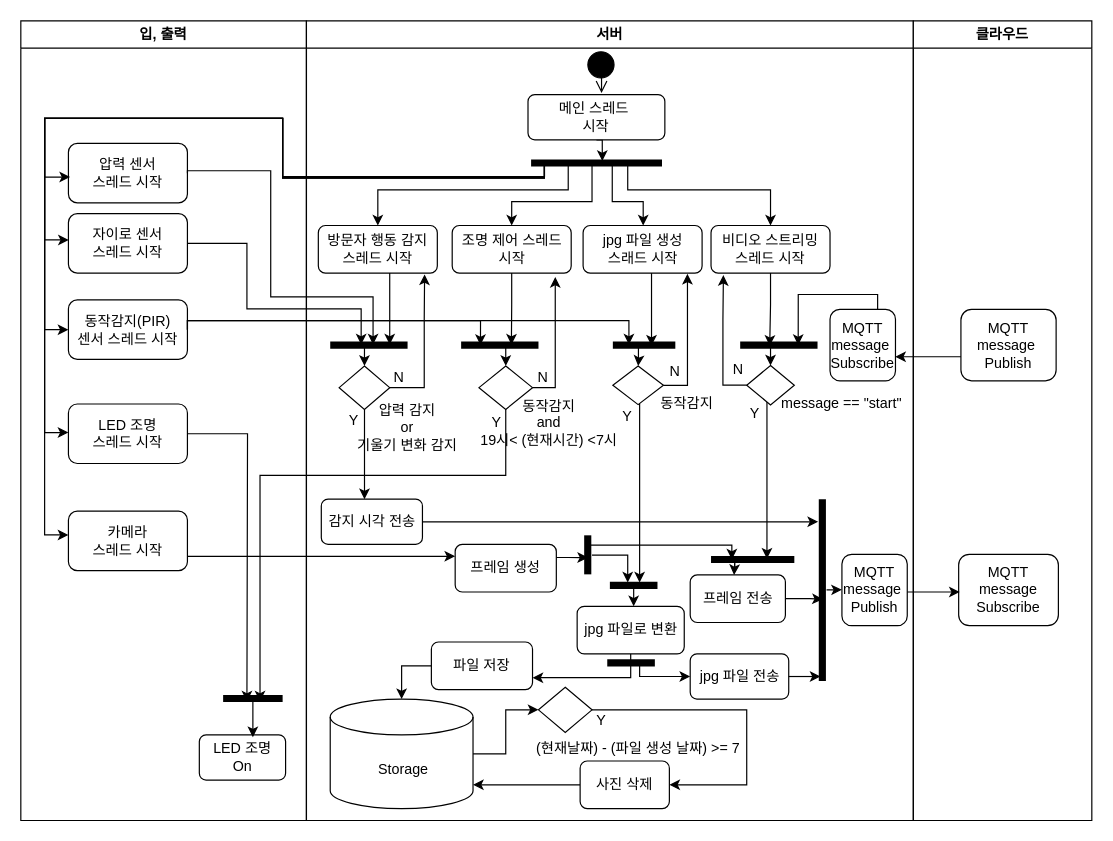
woorim1022/TIL keeps this draw.io diagram as IoT/Untitled Diagram.drawio. Above is the earlier version. Source tidied: cells renumbered, new cells numbered last; positions are measured from the earlier drawing's top-left corner, leaving out a move shared by most shapes. Both pictures are drawn from the tidied source at 119%, with x=0, y=0 at pixel (20, 20).
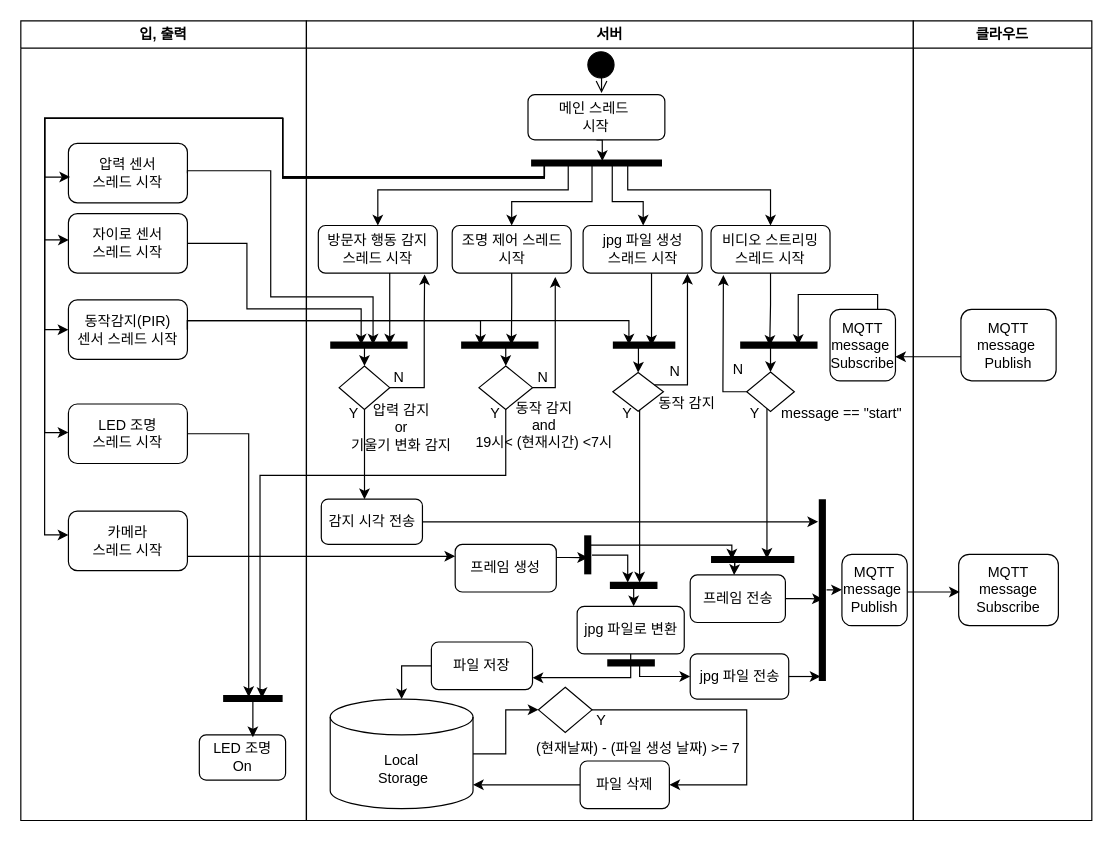
After the change.

Unchanged cells that the change refers to:
```xml
<mxCell id="6" value="&lt;span&gt;LED 조명&lt;br&gt;스레드 시작&lt;br&gt;&lt;/span&gt;" style="rounded=1;whiteSpace=wrap;html=1;startSize=23;" parent="2" vertex="1">
  <mxGeometry x="40" y="322" width="100" height="50" as="geometry" />
</mxCell>
<mxCell id="9" value="서버" style="swimlane;whiteSpace=wrap;startSize=23;" parent="1" vertex="1">
  <mxGeometry x="240" width="510" height="672" as="geometry" />
</mxCell>
<mxCell id="21" value="비디오 스트리밍&lt;br style=&quot;padding: 0px ; margin: 0px&quot;&gt;스레드 시작" style="rounded=1;whiteSpace=wrap;html=1;strokeColor=#000000;fillColor=#FFFFFF;" parent="9" vertex="1">
  <mxGeometry x="340" y="172" width="100" height="40" as="geometry" />
</mxCell>
<mxCell id="30" style="rhombus;fillColor=#FFFFFF;strokeColor=#000000;" parent="9" vertex="1">
  <mxGeometry x="145" y="290" width="45" height="36.5" as="geometry" />
</mxCell>
<mxCell id="94" style="shape=line;strokeWidth=6;strokeColor=#000000;rotation=0;fillColor=#FFFFFF;" parent="1" vertex="1">
  <mxGeometry x="170" y="562" width="50" height="15" as="geometry" />
</mxCell>
```

What changed in the source:
```diff
@@
     <mxCell id="27" style="rhombus;fillColor=#FFFFFF;strokeColor=#000000;" parent="9" vertex="1">
-      <mxGeometry x="257.5" y="290" width="42.5" height="32.5" as="geometry" />
+      <mxGeometry x="257.5" y="295.5" width="42.5" height="32.5" as="geometry" />
     </mxCell>
     <mxCell id="28" style="edgeStyle=orthogonalEdgeStyle;rounded=0;jettySize=auto;html=1;startSize=23;strokeColor=#000000;" parent="9" edge="1" source="48">
       <mxGeometry relative="1" as="geometry">
         <mxPoint x="387" y="452" as="targetPoint" />
         <Array as="points">
-          <mxPoint x="387" y="388" />
-          <mxPoint x="387" y="452" />
+          <mxPoint x="387" y="362" />
+          <mxPoint x="387" y="362" />
         </Array>
       </mxGeometry>
     </mxCell>
@@
-    <mxCell id="34" value="&amp;nbsp;Storage" style="shape=cylinder3;whiteSpace=wrap;html=1;boundedLbl=1;backgroundOutline=1;size=15;startSize=23;" parent="9" vertex="1">
+    <mxCell id="34" value="Local&lt;br&gt;&amp;nbsp;Storage" style="shape=cylinder3;whiteSpace=wrap;html=1;boundedLbl=1;backgroundOutline=1;size=15;startSize=23;" parent="9" vertex="1">
       <mxGeometry x="20" y="570" width="120" height="92" as="geometry" />
     </mxCell>
@@
-    <mxCell id="38" value="사진 삭제" style="rounded=1;whiteSpace=wrap;html=1;startSize=23;" parent="9" vertex="1">
+    <mxCell id="38" value="파일 삭제" style="rounded=1;whiteSpace=wrap;html=1;startSize=23;" parent="9" vertex="1">
       <mxGeometry x="230" y="622" width="75" height="40" as="geometry" />
     </mxCell>
@@
     <mxCell id="48" style="rhombus;fillColor=#FFFFFF;strokeColor=#000000;" parent="9" vertex="1">
-      <mxGeometry x="370" y="289.6" width="40" height="33.2" as="geometry" />
+      <mxGeometry x="370" y="295.1" width="40" height="33.2" as="geometry" />
     </mxCell>
     <mxCell id="49" value="&lt;span&gt;압력 감지&lt;/span&gt;&lt;br style=&quot;padding: 0px ; margin: 0px&quot;&gt;&lt;span&gt;or&lt;br&gt;기울기 변화 감지&lt;/span&gt;" style="text;html=1;strokeColor=none;fillColor=none;align=center;verticalAlign=middle;whiteSpace=wrap;rounded=0;shadow=0;" parent="9" vertex="1">
-      <mxGeometry x="35" y="332" width="100" height="20" as="geometry" />
+      <mxGeometry x="30" y="332" width="100" height="20" as="geometry" />
     </mxCell>
-    <mxCell id="50" value="&lt;span&gt;동작감지&lt;/span&gt;&lt;br style=&quot;padding: 0px ; margin: 0px&quot;&gt;&lt;span&gt;and&lt;/span&gt;&lt;br style=&quot;padding: 0px ; margin: 0px&quot;&gt;&lt;span&gt;19시&amp;lt; (현재시간) &amp;lt;7시&lt;/span&gt;" style="text;html=1;strokeColor=none;fillColor=none;align=center;verticalAlign=middle;whiteSpace=wrap;rounded=0;shadow=0;" parent="9" vertex="1">
-      <mxGeometry x="134.4" y="320" width="140" height="36" as="geometry" />
+    <mxCell id="50" value="&lt;span&gt;동작 감지&lt;/span&gt;&lt;br style=&quot;padding: 0px ; margin: 0px&quot;&gt;&lt;span&gt;and&lt;/span&gt;&lt;br style=&quot;padding: 0px ; margin: 0px&quot;&gt;&lt;span&gt;19시&amp;lt; (현재시간) &amp;lt;7시&lt;/span&gt;" style="text;html=1;strokeColor=none;fillColor=none;align=center;verticalAlign=middle;whiteSpace=wrap;rounded=0;shadow=0;" parent="9" vertex="1">
+      <mxGeometry x="130" y="320" width="140" height="40" as="geometry" />
     </mxCell>
     <mxCell id="51" value="&lt;span&gt;message == &quot;start&quot;&lt;/span&gt;" style="text;html=1;strokeColor=none;fillColor=none;align=center;verticalAlign=middle;whiteSpace=wrap;rounded=0;shadow=0;" parent="9" vertex="1">
-      <mxGeometry x="394.9" y="312" width="110" height="20" as="geometry" />
+      <mxGeometry x="394.9" y="320" width="110" height="20" as="geometry" />
     </mxCell>
@@
-    <mxCell id="57" value="&lt;span&gt;동작감지&lt;/span&gt;" style="text;html=1;strokeColor=none;fillColor=none;align=center;verticalAlign=middle;whiteSpace=wrap;rounded=0;shadow=0;" parent="9" vertex="1">
+    <mxCell id="57" value="&lt;span&gt;동작 감지&lt;/span&gt;" style="text;html=1;strokeColor=none;fillColor=none;align=center;verticalAlign=middle;whiteSpace=wrap;rounded=0;shadow=0;" parent="9" vertex="1">
       <mxGeometry x="290" y="312" width="60" height="20" as="geometry" />
     </mxCell>
@@
-    <mxCell id="68" style="edgeStyle=orthogonalEdgeStyle;rounded=0;jettySize=auto;html=1;startSize=23;strokeColor=#000000;entryX=0.104;entryY=1.042;entryDx=0;entryDy=0;entryPerimeter=0;" parent="9" edge="1" source="48" target="21">
+    <mxCell id="68" style="edgeStyle=orthogonalEdgeStyle;rounded=0;jettySize=auto;html=1;startSize=23;strokeColor=#000000;entryX=0.104;entryY=1.042;entryDx=0;entryDy=0;entryPerimeter=0;exitX=0;exitY=0.5;exitDx=0;exitDy=0;" parent="9" edge="1" source="48" target="21">
       <mxGeometry relative="1" as="geometry">
         <Array as="points">
+          <mxPoint x="350" y="312" />
           <mxPoint x="350" y="307" />
-          <mxPoint x="350" y="251" />
-          <mxPoint x="350" y="251" />
+          <mxPoint x="350" y="307" />
         </Array>
       </mxGeometry>
     </mxCell>
     <mxCell id="69" value="Y" style="text;html=1;strokeColor=none;fillColor=none;align=center;verticalAlign=middle;whiteSpace=wrap;rounded=0;shadow=0;" parent="9" vertex="1">
-      <mxGeometry x="20" y="326" width="40" height="20" as="geometry" />
+      <mxGeometry x="20" y="320" width="40" height="20" as="geometry" />
     </mxCell>
     <mxCell id="70" value="Y" style="text;html=1;strokeColor=none;fillColor=none;align=center;verticalAlign=middle;whiteSpace=wrap;rounded=0;shadow=0;" parent="9" vertex="1">
-      <mxGeometry x="140" y="328" width="40" height="20" as="geometry" />
+      <mxGeometry x="138.8" y="320" width="40" height="20" as="geometry" />
     </mxCell>
     <mxCell id="71" value="Y" style="text;html=1;strokeColor=none;fillColor=none;align=center;verticalAlign=middle;whiteSpace=wrap;rounded=0;shadow=0;" parent="9" vertex="1">
-      <mxGeometry x="250" y="322.9" width="40" height="20" as="geometry" />
+      <mxGeometry x="250" y="320" width="40" height="20" as="geometry" />
     </mxCell>
@@
-    <mxCell id="91" style="edgeStyle=orthogonalEdgeStyle;rounded=0;jettySize=auto;html=1;startSize=23;strokeColor=#000000;startArrow=none;exitX=0.5;exitY=1;exitDx=0;exitDy=0;" parent="1" edge="1" source="30">
+    <mxCell id="91" style="edgeStyle=orthogonalEdgeStyle;rounded=0;jettySize=auto;html=1;startSize=23;strokeColor=#000000;startArrow=none;exitX=0.5;exitY=1;exitDx=0;exitDy=0;entryX=0.653;entryY=0.471;entryDx=0;entryDy=0;entryPerimeter=0;" parent="1" edge="1" source="30" target="94">
       <mxGeometry relative="1" as="geometry">
-        <mxPoint x="201" y="572" as="targetPoint" />
         <Array as="points">
           <mxPoint x="408" y="382" />
           <mxPoint x="201" y="382" />
+          <mxPoint x="201" y="562" />
+          <mxPoint x="203" y="562" />
         </Array>
       </mxGeometry>
     </mxCell>
-    <mxCell id="92" style="edgeStyle=orthogonalEdgeStyle;rounded=0;jettySize=auto;html=1;startSize=23;strokeColor=#000000;" parent="1" edge="1" source="6">
-      <mxGeometry relative="1" as="geometry">
-        <mxPoint x="190" y="572" as="targetPoint" />
-      </mxGeometry>
+    <mxCell id="92" style="edgeStyle=orthogonalEdgeStyle;rounded=0;jettySize=auto;html=1;startSize=23;strokeColor=#000000;entryX=0.43;entryY=0.412;entryDx=0;entryDy=0;entryPerimeter=0;" parent="1" edge="1" source="6" target="94">
+      <mxGeometry relative="1" as="geometry" />
     </mxCell>
```
